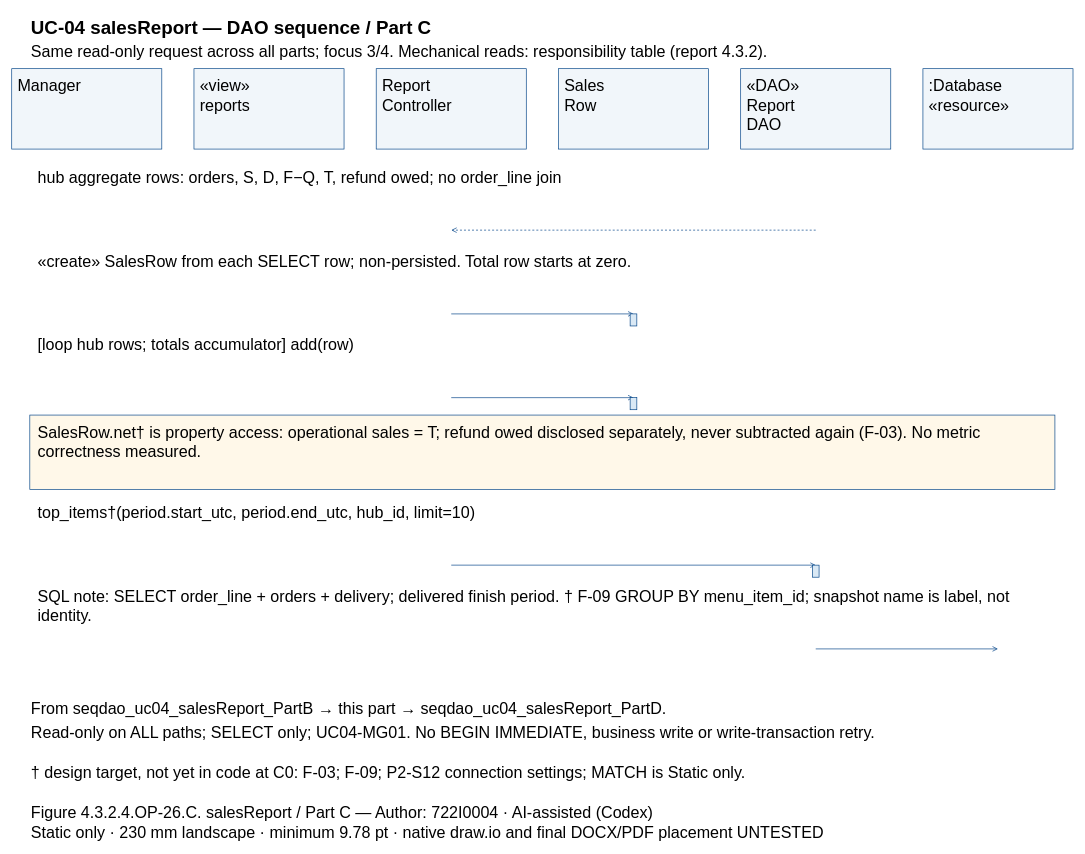
The draw.io diagram models/UC-04/seqdao_uc04_salesReport_PartC.drawio in Dat071104/SaigonBite, before the edit. Source tidied: cells renumbered, new cells numbered last; positions are measured from the earlier drawing's top-left corner, leaving out a move shared by most shapes. Both pictures are drawn from the tidied source at 67%, with x=0, y=0 at pixel (11, 11).
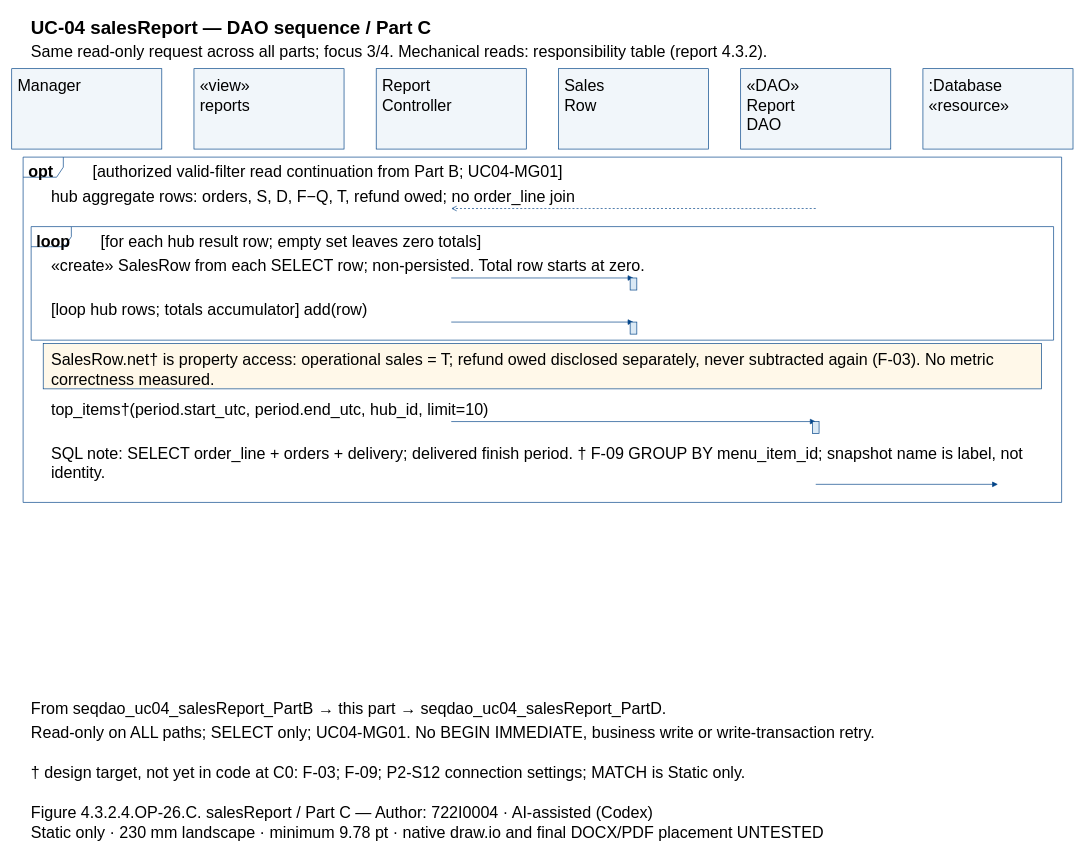
The same diagram, later.

What changed in the source:
```diff
@@
+    <mxCell id="46" style="shape=umlFrame;fillColor=none;strokeColor=#004387;" parent="1" vertex="1">
+      <mxGeometry x="17" y="217" width="1550" height="515.4" as="geometry" />
+    </mxCell>
+    <mxCell id="47" style="shape=umlFrame;fillColor=none;strokeColor=#004387;" parent="1" vertex="1">
+      <mxGeometry x="29" y="320.7" width="1526" height="169.5" as="geometry" />
+    </mxCell>
@@
-    <mxCell id="5" value="Manager" style="text;html=0;whiteSpace=wrap;align=left;verticalAlign=top;strokeColor=none;fillColor=none;fontFamily=Arial;fontSize=24;fontStyle=0;" parent="1" vertex="1">
-      <mxGeometry x="7" y="90" width="210" height="27.8" as="geometry" />
-    </mxCell>
+    <mxCell id="7" value="Manager" style="text;html=0;whiteSpace=wrap;align=left;verticalAlign=top;strokeColor=none;fillColor=none;fontFamily=Arial;fontSize=24;fontStyle=0;" parent="1" vertex="1">
+      <mxGeometry x="7" y="90" width="210" height="27.8" as="geometry" />
+    </mxCell>
@@
-    <mxCell id="7" value="«view»&#10;reports" style="text;html=0;whiteSpace=wrap;align=left;verticalAlign=top;strokeColor=none;fillColor=none;fontFamily=Arial;fontSize=24;fontStyle=0;" parent="1" vertex="1">
-      <mxGeometry x="279" y="90" width="210" height="55.7" as="geometry" />
-    </mxCell>
+    <mxCell id="9" value="«view»&#10;reports" style="text;html=0;whiteSpace=wrap;align=left;verticalAlign=top;strokeColor=none;fillColor=none;fontFamily=Arial;fontSize=24;fontStyle=0;" parent="1" vertex="1">
+      <mxGeometry x="279" y="90" width="210" height="55.7" as="geometry" />
+    </mxCell>
@@
-    <mxCell id="9" value="Report&#10;Controller" style="text;html=0;whiteSpace=wrap;align=left;verticalAlign=top;strokeColor=none;fillColor=none;fontFamily=Arial;fontSize=24;fontStyle=0;" parent="1" vertex="1">
-      <mxGeometry x="551" y="90" width="210" height="55.7" as="geometry" />
-    </mxCell>
+    <mxCell id="11" value="Report&#10;Controller" style="text;html=0;whiteSpace=wrap;align=left;verticalAlign=top;strokeColor=none;fillColor=none;fontFamily=Arial;fontSize=24;fontStyle=0;" parent="1" vertex="1">
+      <mxGeometry x="551" y="90" width="210" height="55.7" as="geometry" />
+    </mxCell>
@@
-    <mxCell id="11" value="Sales&#10;Row" style="text;html=0;whiteSpace=wrap;align=left;verticalAlign=top;strokeColor=none;fillColor=none;fontFamily=Arial;fontSize=24;fontStyle=0;" parent="1" vertex="1">
-      <mxGeometry x="823" y="90" width="210" height="55.7" as="geometry" />
-    </mxCell>
+    <mxCell id="13" value="Sales&#10;Row" style="text;html=0;whiteSpace=wrap;align=left;verticalAlign=top;strokeColor=none;fillColor=none;fontFamily=Arial;fontSize=24;fontStyle=0;" parent="1" vertex="1">
+      <mxGeometry x="823" y="90" width="210" height="55.7" as="geometry" />
+    </mxCell>
@@
-    <mxCell id="13" value="«DAO»&#10;Report&#10;DAO" style="text;html=0;whiteSpace=wrap;align=left;verticalAlign=top;strokeColor=none;fillColor=none;fontFamily=Arial;fontSize=24;fontStyle=0;" parent="1" vertex="1">
-      <mxGeometry x="1095" y="90" width="210" height="83.5" as="geometry" />
-    </mxCell>
+    <mxCell id="15" value="«DAO»&#10;Report&#10;DAO" style="text;html=0;whiteSpace=wrap;align=left;verticalAlign=top;strokeColor=none;fillColor=none;fontFamily=Arial;fontSize=24;fontStyle=0;" parent="1" vertex="1">
+      <mxGeometry x="1095" y="90" width="210" height="83.5" as="geometry" />
+    </mxCell>
@@
-    <mxCell id="15" value=":Database&#10;«resource»" style="text;html=0;whiteSpace=wrap;align=left;verticalAlign=top;strokeColor=none;fillColor=none;fontFamily=Arial;fontSize=24;fontStyle=0;" parent="1" vertex="1">
-      <mxGeometry x="1367" y="90" width="210" height="55.7" as="geometry" />
-    </mxCell>
+    <mxCell id="48" value=":Database&#10;«resource»" style="text;html=0;whiteSpace=wrap;align=left;verticalAlign=top;strokeColor=none;fillColor=none;fontFamily=Arial;fontSize=24;fontStyle=0;" parent="1" vertex="1">
+      <mxGeometry x="1367" y="90" width="210" height="55.7" as="geometry" />
+    </mxCell>
+    <mxCell id="49" value="opt" style="text;html=0;whiteSpace=wrap;align=left;verticalAlign=top;strokeColor=none;fillColor=none;fontFamily=Arial;fontSize=24;fontStyle=1;" parent="1" vertex="1">
+      <mxGeometry x="23" y="218" width="84" height="27.8" as="geometry" />
+    </mxCell>
+    <mxCell id="50" value="[authorized valid-filter read continuation from Part B; UC04-MG01]" style="text;html=0;whiteSpace=wrap;align=left;verticalAlign=top;strokeColor=none;fillColor=none;fontFamily=Arial;fontSize=24;fontStyle=0;" parent="1" vertex="1">
+      <mxGeometry x="119" y="218" width="1438" height="27.8" as="geometry" />
+    </mxCell>
+    <mxCell id="51" value="loop" style="text;html=0;whiteSpace=wrap;align=left;verticalAlign=top;strokeColor=none;fillColor=none;fontFamily=Arial;fontSize=24;fontStyle=1;" parent="1" vertex="1">
+      <mxGeometry x="35" y="321.7" width="84" height="27.8" as="geometry" />
+    </mxCell>
+    <mxCell id="52" value="[for each hub result row; empty set leaves zero totals]" style="text;html=0;whiteSpace=wrap;align=left;verticalAlign=top;strokeColor=none;fillColor=none;fontFamily=Arial;fontSize=24;fontStyle=0;" parent="1" vertex="1">
+      <mxGeometry x="131" y="321.7" width="1414" height="27.8" as="geometry" />
+    </mxCell>
     <mxCell id="16" value="hub aggregate rows: orders, S, D, F−Q, T, refund owed; no order_line join" style="text;html=0;whiteSpace=wrap;align=left;verticalAlign=top;strokeColor=none;fillColor=none;fontFamily=Arial;fontSize=24;fontStyle=0;" parent="1" vertex="1">
-      <mxGeometry x="37" y="227" width="1510" height="27.8" as="geometry" />
+      <mxGeometry x="57" y="254.8" width="1470" height="27.8" as="geometry" />
     </mxCell>
     <mxCell id="17" style="opacity=0;" parent="1" vertex="1">
-      <mxGeometry x="1200" y="326" as="geometry" />
+      <mxGeometry x="1200" y="293.7" as="geometry" />
     </mxCell>
     <mxCell id="18" style="opacity=0;" parent="1" vertex="1">
-      <mxGeometry x="656" y="326" as="geometry" />
+      <mxGeometry x="656" y="293.7" as="geometry" />
     </mxCell>
-    <mxCell id="19" style="edgeStyle=none;endArrow=open;strokeColor=#004387;dashed=1;exitX=0.5;entryX=0.5;exitPerimeter=0;entryPerimeter=0;" parent="1" edge="1" source="17" target="18">
+    <mxCell id="19" style="edgeStyle=none;endArrow=open;endFill=0;strokeColor=#004387;dashed=1;exitX=0.5;entryX=0.5;exitPerimeter=0;entryPerimeter=0;" parent="1" edge="1" source="17" target="18">
       <mxGeometry relative="1" as="geometry" />
     </mxCell>
     <mxCell id="20" value="«create» SalesRow from each SELECT row; non-persisted. Total row starts at zero." style="text;html=0;whiteSpace=wrap;align=left;verticalAlign=top;strokeColor=none;fillColor=none;fontFamily=Arial;fontSize=24;fontStyle=0;" parent="1" vertex="1">
-      <mxGeometry x="37" y="352" width="1510" height="27.8" as="geometry" />
+      <mxGeometry x="57" y="358.5" width="1470" height="27.8" as="geometry" />
     </mxCell>
     <mxCell id="21" style="opacity=0;" parent="1" vertex="1">
-      <mxGeometry x="656" y="451" as="geometry" />
+      <mxGeometry x="656" y="397.4" as="geometry" />
     </mxCell>
     <mxCell id="22" style="opacity=0;" parent="1" vertex="1">
-      <mxGeometry x="928" y="451" as="geometry" />
+      <mxGeometry x="928" y="397.4" as="geometry" />
     </mxCell>
-    <mxCell id="23" style="edgeStyle=none;endArrow=open;strokeColor=#004387;exitX=0.5;entryX=0.5;exitPerimeter=0;entryPerimeter=0;" parent="1" edge="1" source="21" target="22">
+    <mxCell id="23" style="edgeStyle=none;endArrow=block;endFill=1;strokeColor=#004387;exitX=0.5;entryX=0.5;exitPerimeter=0;entryPerimeter=0;" parent="1" edge="1" source="21" target="22">
       <mxGeometry relative="1" as="geometry" />
     </mxCell>
-    <mxCell id="24" style="fillColor=#DAE9F5;strokeColor=#004387;" parent="1" vertex="1">
-      <mxGeometry x="923" y="451" width="10" height="18" as="geometry" />
-    </mxCell>
+    <mxCell id="53" style="fillColor=#DAE9F5;strokeColor=#004387;" parent="1" vertex="1">
+      <mxGeometry x="923" y="397.4" width="10" height="18" as="geometry" />
+    </mxCell>
     <mxCell id="25" value="[loop hub rows; totals accumulator] add(row)" style="text;html=0;whiteSpace=wrap;align=left;verticalAlign=top;strokeColor=none;fillColor=none;fontFamily=Arial;fontSize=24;fontStyle=0;" parent="1" vertex="1">
-      <mxGeometry x="37" y="477" width="1510" height="27.8" as="geometry" />
+      <mxGeometry x="57" y="424.4" width="1470" height="27.8" as="geometry" />
     </mxCell>
     <mxCell id="26" style="opacity=0;" parent="1" vertex="1">
-      <mxGeometry x="656" y="576" as="geometry" />
+      <mxGeometry x="656" y="463.2" as="geometry" />
     </mxCell>
     <mxCell id="27" style="opacity=0;" parent="1" vertex="1">
-      <mxGeometry x="928" y="576" as="geometry" />
+      <mxGeometry x="928" y="463.2" as="geometry" />
     </mxCell>
-    <mxCell id="28" style="edgeStyle=none;endArrow=open;strokeColor=#004387;exitX=0.5;entryX=0.5;exitPerimeter=0;entryPerimeter=0;" parent="1" edge="1" source="26" target="27">
+    <mxCell id="28" style="edgeStyle=none;endArrow=block;endFill=1;strokeColor=#004387;exitX=0.5;entryX=0.5;exitPerimeter=0;entryPerimeter=0;" parent="1" edge="1" source="26" target="27">
       <mxGeometry relative="1" as="geometry" />
     </mxCell>
-    <mxCell id="29" style="fillColor=#DAE9F5;strokeColor=#004387;" parent="1" vertex="1">
-      <mxGeometry x="923" y="576" width="10" height="18" as="geometry" />
-    </mxCell>
-    <mxCell id="30" style="fillColor=#FFF8E9;strokeColor=#004387;" parent="1" vertex="1">
-      <mxGeometry x="27" y="602" width="1530" height="111" as="geometry" />
-    </mxCell>
-    <mxCell id="31" value="SalesRow.net† is property access: operational sales = T; refund owed disclosed separately, never subtracted again (F-03). No metric&#10;correctness measured." style="text;html=0;whiteSpace=wrap;align=left;verticalAlign=top;strokeColor=none;fillColor=none;fontFamily=Arial;fontSize=24;fontStyle=0;" parent="1" vertex="1">
-      <mxGeometry x="37" y="607" width="1510" height="55.7" as="geometry" />
-    </mxCell>
-    <mxCell id="32" value="top_items†(period.start_utc, period.end_utc, hub_id, limit=10)" style="text;html=0;whiteSpace=wrap;align=left;verticalAlign=top;strokeColor=none;fillColor=none;fontFamily=Arial;fontSize=24;fontStyle=0;" parent="1" vertex="1">
-      <mxGeometry x="37" y="727" width="1510" height="27.8" as="geometry" />
-    </mxCell>
+    <mxCell id="54" style="fillColor=#DAE9F5;strokeColor=#004387;" parent="1" vertex="1">
+      <mxGeometry x="923" y="463.2" width="10" height="18" as="geometry" />
+    </mxCell>
+    <mxCell id="55" style="fillColor=#FFF8E9;strokeColor=#004387;" parent="1" vertex="1">
+      <mxGeometry x="47" y="495.2" width="1490" height="67.7" as="geometry" />
+    </mxCell>
+    <mxCell id="41" value="SalesRow.net† is property access: operational sales = T; refund owed disclosed separately, never subtracted again (F-03). No metric&#10;correctness measured." style="text;html=0;whiteSpace=wrap;align=left;verticalAlign=top;strokeColor=none;fillColor=none;fontFamily=Arial;fontSize=24;fontStyle=0;" parent="1" vertex="1">
+      <mxGeometry x="57" y="499.2" width="1470" height="55.7" as="geometry" />
+    </mxCell>
+    <mxCell id="42" value="top_items†(period.start_utc, period.end_utc, hub_id, limit=10)" style="text;html=0;whiteSpace=wrap;align=left;verticalAlign=top;strokeColor=none;fillColor=none;fontFamily=Arial;fontSize=24;fontStyle=0;" parent="1" vertex="1">
+      <mxGeometry x="57" y="572.9" width="1470" height="27.8" as="geometry" />
+    </mxCell>
     <mxCell id="33" style="opacity=0;" parent="1" vertex="1">
-      <mxGeometry x="656" y="826" as="geometry" />
+      <mxGeometry x="656" y="611.7" as="geometry" />
     </mxCell>
     <mxCell id="34" style="opacity=0;" parent="1" vertex="1">
-      <mxGeometry x="1200" y="826" as="geometry" />
+      <mxGeometry x="1200" y="611.7" as="geometry" />
     </mxCell>
-    <mxCell id="35" style="edgeStyle=none;endArrow=open;strokeColor=#004387;exitX=0.5;entryX=0.5;exitPerimeter=0;entryPerimeter=0;" parent="1" edge="1" source="33" target="34">
+    <mxCell id="35" style="edgeStyle=none;endArrow=block;endFill=1;strokeColor=#004387;exitX=0.5;entryX=0.5;exitPerimeter=0;entryPerimeter=0;" parent="1" edge="1" source="33" target="34">
       <mxGeometry relative="1" as="geometry" />
     </mxCell>
-    <mxCell id="36" style="fillColor=#DAE9F5;strokeColor=#004387;" parent="1" vertex="1">
-      <mxGeometry x="1195" y="826" width="10" height="18" as="geometry" />
-    </mxCell>
-    <mxCell id="37" value="SQL note: SELECT order_line + orders + delivery; delivered finish period. † F-09 GROUP BY menu_item_id; snapshot name is label, not&#10;identity." style="text;html=0;whiteSpace=wrap;align=left;verticalAlign=top;strokeColor=none;fillColor=none;fontFamily=Arial;fontSize=24;fontStyle=0;" parent="1" vertex="1">
-      <mxGeometry x="37" y="852" width="1510" height="55.7" as="geometry" />
-    </mxCell>
+    <mxCell id="56" style="fillColor=#DAE9F5;strokeColor=#004387;" parent="1" vertex="1">
+      <mxGeometry x="1195" y="611.7" width="10" height="18" as="geometry" />
+    </mxCell>
+    <mxCell id="45" value="SQL note: SELECT order_line + orders + delivery; delivered finish period. † F-09 GROUP BY menu_item_id; snapshot name is label, not&#10;identity." style="text;html=0;whiteSpace=wrap;align=left;verticalAlign=top;strokeColor=none;fillColor=none;fontFamily=Arial;fontSize=24;fontStyle=0;" parent="1" vertex="1">
+      <mxGeometry x="57" y="638.7" width="1470" height="55.7" as="geometry" />
+    </mxCell>
     <mxCell id="38" style="opacity=0;" parent="1" vertex="1">
-      <mxGeometry x="1200" y="951" as="geometry" />
+      <mxGeometry x="1200" y="705.4" as="geometry" />
     </mxCell>
     <mxCell id="39" style="opacity=0;" parent="1" vertex="1">
-      <mxGeometry x="1472" y="951" as="geometry" />
+      <mxGeometry x="1472" y="705.4" as="geometry" />
     </mxCell>
-    <mxCell id="40" style="edgeStyle=none;endArrow=open;strokeColor=#004387;exitX=0.5;entryX=0.5;exitPerimeter=0;entryPerimeter=0;" parent="1" edge="1" source="38" target="39">
+    <mxCell id="40" style="edgeStyle=none;endArrow=block;endFill=1;strokeColor=#004387;exitX=0.5;entryX=0.5;exitPerimeter=0;entryPerimeter=0;" parent="1" edge="1" source="38" target="39">
       <mxGeometry relative="1" as="geometry" />
     </mxCell>
-    <mxCell id="41" value="From seqdao_uc04_salesReport_PartB → this part → seqdao_uc04_salesReport_PartD." style="text;html=0;whiteSpace=wrap;align=left;verticalAlign=top;strokeColor=none;fillColor=none;fontFamily=Arial;fontSize=24;fontStyle=0;" parent="1" vertex="1">
-      <mxGeometry x="27" y="1020" width="1530" height="27.8" as="geometry" />
-    </mxCell>
-    <mxCell id="42" value="Read-only on ALL paths; SELECT only; UC04-MG01. No BEGIN IMMEDIATE, business write or write-transaction retry." style="text;html=0;whiteSpace=wrap;align=left;verticalAlign=top;strokeColor=none;fillColor=none;fontFamily=Arial;fontSize=24;fontStyle=0;" parent="1" vertex="1">
-      <mxGeometry x="27" y="1055" width="1530" height="27.8" as="geometry" />
-    </mxCell>
+    <mxCell id="57" value="From seqdao_uc04_salesReport_PartB → this part → seqdao_uc04_salesReport_PartD." style="text;html=0;whiteSpace=wrap;align=left;verticalAlign=top;strokeColor=none;fillColor=none;fontFamily=Arial;fontSize=24;fontStyle=0;" parent="1" vertex="1">
+      <mxGeometry x="27" y="1020" width="1530" height="27.8" as="geometry" />
+    </mxCell>
+    <mxCell id="58" value="Read-only on ALL paths; SELECT only; UC04-MG01. No BEGIN IMMEDIATE, business write or write-transaction retry." style="text;html=0;whiteSpace=wrap;align=left;verticalAlign=top;strokeColor=none;fillColor=none;fontFamily=Arial;fontSize=24;fontStyle=0;" parent="1" vertex="1">
+      <mxGeometry x="27" y="1055" width="1530" height="27.8" as="geometry" />
+    </mxCell>
@@
-    <mxCell id="45" value="Static only · 230 mm landscape · minimum 9.78 pt · native draw.io and final DOCX/PDF placement UNTESTED" style="text;html=0;whiteSpace=wrap;align=left;verticalAlign=top;strokeColor=none;fillColor=none;fontFamily=Arial;fontSize=24;fontStyle=0;" parent="1" vertex="1">
-      <mxGeometry x="27" y="1205" width="1530" height="27.8" as="geometry" />
-    </mxCell>
+    <mxCell id="59" value="Static only · 230 mm landscape · minimum 9.78 pt · native draw.io and final DOCX/PDF placement UNTESTED" style="text;html=0;whiteSpace=wrap;align=left;verticalAlign=top;strokeColor=none;fillColor=none;fontFamily=Arial;fontSize=24;fontStyle=0;" parent="1" vertex="1">
+      <mxGeometry x="27" y="1205" width="1530" height="27.8" as="geometry" />
+    </mxCell>
```
